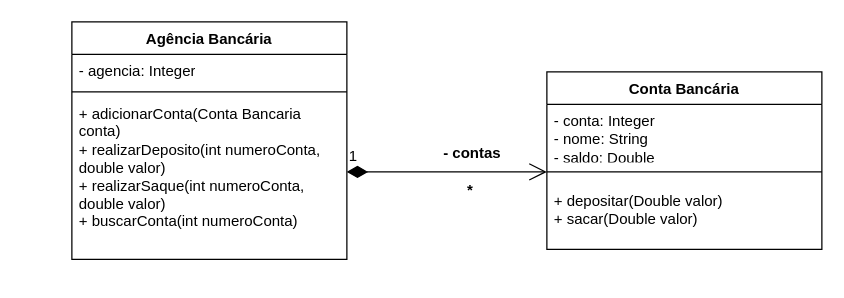
RiquelmeMagal/AGENCIABANCARIA keeps this draw.io diagram as Diagrama sem nome.drawio. Above is the earlier version. Source tidied: cells renumbered, new cells numbered last; positions are measured from the earlier drawing's top-left corner, leaving out a move shared by most shapes. Both pictures are drawn from the tidied source at 125%, with x=0, y=0 at pixel (71, 21).
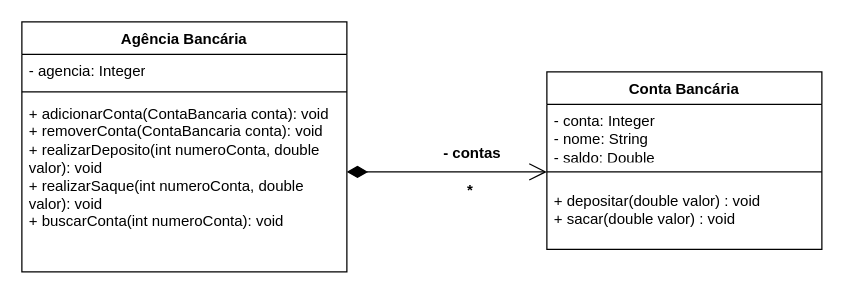
The same page after the edit.

What changed in the source:
```diff
@@
 <mxGraphModel>
   <root>
     <mxCell id="0" />
     <mxCell id="1" parent="0" />
     <mxCell id="2" value="Conta Bancária" style="swimlane;fontStyle=1;align=center;verticalAlign=top;horizontal=1;startSize=26;whiteSpace=wrap;html=1;fontFamily=Helvetica;fontSize=12;fillColor=none;labelBackgroundColor=none;" parent="1" vertex="1">
       <mxGeometry x="380" y="40" width="220" height="142" as="geometry" />
     </mxCell>
     <mxCell id="3" value="- conta: Integer&lt;br&gt;- nome: String&lt;br&gt;- saldo: Double" style="text;strokeColor=none;fillColor=none;align=left;verticalAlign=top;spacingLeft=4;spacingRight=4;overflow=hidden;whiteSpace=wrap;html=1;fontSize=12;fontFamily=Helvetica;labelBackgroundColor=none;" parent="2" vertex="1">
       <mxGeometry y="26" width="220" height="44" as="geometry" />
     </mxCell>
     <mxCell id="4" style="line;strokeWidth=1;fillColor=none;align=left;verticalAlign=middle;spacingTop=-1;spacingLeft=3;spacingRight=3;labelPosition=right;fontFamily=Helvetica;fontSize=12;html=1;labelBackgroundColor=none;" parent="2" vertex="1">
       <mxGeometry y="70" width="220" height="20" as="geometry" />
     </mxCell>
-    <mxCell id="5" value="+ depositar(Double valor)&lt;br&gt;+ sacar(Double valor)" style="text;strokeColor=none;fillColor=none;align=left;verticalAlign=top;spacingLeft=4;spacingRight=4;overflow=hidden;whiteSpace=wrap;html=1;fontSize=12;fontFamily=Helvetica;labelBackgroundColor=none;" parent="2" vertex="1">
+    <mxCell id="5" value="+ depositar(double valor) : void&lt;br&gt;+ sacar(double valor) : void" style="text;strokeColor=none;fillColor=none;align=left;verticalAlign=top;spacingLeft=4;spacingRight=4;overflow=hidden;whiteSpace=wrap;html=1;fontSize=12;fontFamily=Helvetica;labelBackgroundColor=none;" parent="2" vertex="1">
       <mxGeometry y="90" width="220" height="52" as="geometry" />
     </mxCell>
     <mxCell id="6" value="Agência Bancária" style="swimlane;fontStyle=1;align=center;verticalAlign=top;horizontal=1;startSize=26;whiteSpace=wrap;html=1;fontFamily=Helvetica;fontSize=12;fillColor=none;labelBackgroundColor=none;" parent="1" vertex="1">
-      <mxGeometry width="220" height="190" as="geometry" />
+      <mxGeometry x="-40" width="260" height="200" as="geometry" />
     </mxCell>
     <mxCell id="7" value="- agencia: Integer" style="text;strokeColor=none;fillColor=none;align=left;verticalAlign=top;spacingLeft=4;spacingRight=4;overflow=hidden;whiteSpace=wrap;html=1;fontSize=12;fontFamily=Helvetica;labelBackgroundColor=none;" parent="6" vertex="1">
-      <mxGeometry y="26" width="220" height="26" as="geometry" />
+      <mxGeometry y="26" width="260" height="26" as="geometry" />
     </mxCell>
     <mxCell id="8" style="line;strokeWidth=1;fillColor=none;align=left;verticalAlign=middle;spacingTop=-1;spacingLeft=3;spacingRight=3;labelPosition=right;fontFamily=Helvetica;fontSize=12;html=1;labelBackgroundColor=none;" parent="6" vertex="1">
-      <mxGeometry y="52" width="220" height="8" as="geometry" />
+      <mxGeometry y="52" width="260" height="8" as="geometry" />
     </mxCell>
-    <mxCell id="9" value="+ adicionarConta(Conta Bancaria conta)&lt;br&gt;+ realizarDeposito(int numeroConta, double valor)&lt;br&gt;+ realizarSaque(int numeroConta, double valor)&lt;br&gt;+ buscarConta(int numeroConta)&lt;br&gt;" style="text;strokeColor=none;fillColor=none;align=left;verticalAlign=top;spacingLeft=4;spacingRight=4;overflow=hidden;whiteSpace=wrap;html=1;fontSize=12;fontFamily=Helvetica;labelBackgroundColor=none;" parent="6" vertex="1">
-      <mxGeometry y="60" width="220" height="130" as="geometry" />
+    <mxCell id="9" value="+ adicionarConta(ContaBancaria conta): void&lt;br&gt;+ removerConta(ContaBancaria conta): void&lt;br&gt;+ realizarDeposito(int numeroConta, double valor): void&lt;br&gt;+ realizarSaque(int numeroConta, double valor): void&lt;br&gt;+ buscarConta(int numeroConta): void" style="text;strokeColor=none;fillColor=none;align=left;verticalAlign=top;spacingLeft=4;spacingRight=4;overflow=hidden;whiteSpace=wrap;html=1;fontSize=12;fontFamily=Helvetica;labelBackgroundColor=none;" parent="6" vertex="1">
+      <mxGeometry y="60" width="260" height="140" as="geometry" />
     </mxCell>
-    <mxCell id="10" value="1" style="endArrow=open;html=1;endSize=12;startArrow=diamondThin;startSize=14;startFill=1;edgeStyle=orthogonalEdgeStyle;align=left;verticalAlign=bottom;rounded=0;fontFamily=Helvetica;fontSize=12;fontColor=default;labelBackgroundColor=none;" parent="1" edge="1">
+    <mxCell id="10" style="endArrow=open;html=1;endSize=12;startArrow=diamondThin;startSize=14;startFill=1;edgeStyle=orthogonalEdgeStyle;align=left;verticalAlign=bottom;rounded=0;fontFamily=Helvetica;fontSize=12;fontColor=default;labelBackgroundColor=none;" parent="1" edge="1">
       <mxGeometry x="-1" y="3" relative="1" as="geometry">
         <mxPoint x="220" y="120" as="sourcePoint" />
         <mxPoint x="380" y="120" as="targetPoint" />
       </mxGeometry>
     </mxCell>
     <mxCell id="11" value="&lt;b&gt;- contas&lt;/b&gt;" style="text;html=1;align=center;verticalAlign=middle;strokeColor=none;fillColor=none;fontSize=12;fontFamily=Helvetica;labelBackgroundColor=none;" parent="1" vertex="1">
       <mxGeometry x="285" y="90" width="70" height="30" as="geometry" />
     </mxCell>
     <mxCell id="12" value="&lt;b&gt;*&amp;nbsp;&lt;/b&gt;" style="text;html=1;align=center;verticalAlign=middle;strokeColor=none;fillColor=none;fontSize=12;fontFamily=Helvetica;labelBackgroundColor=none;" parent="1" vertex="1">
       <mxGeometry x="305" y="120" width="30" height="30" as="geometry" />
     </mxCell>
   </root>
 </mxGraphModel>
```
